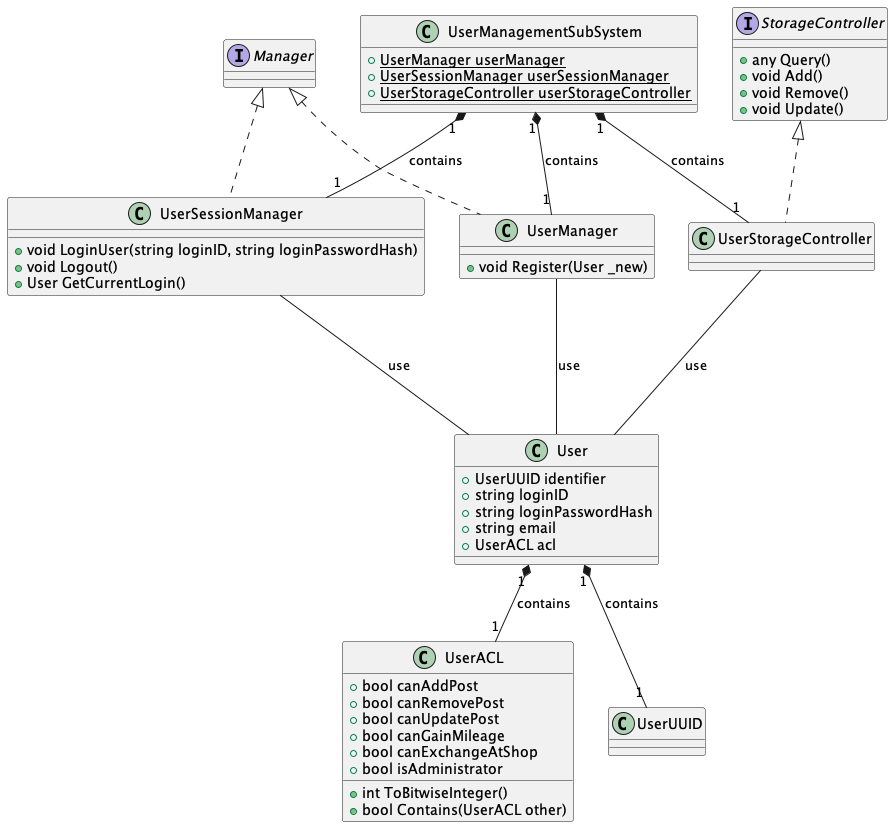
Earlier version of the PlantUML export rendered/UserManagement.png (ShapeLayer/se-lecture-task__project-structure-definitions).
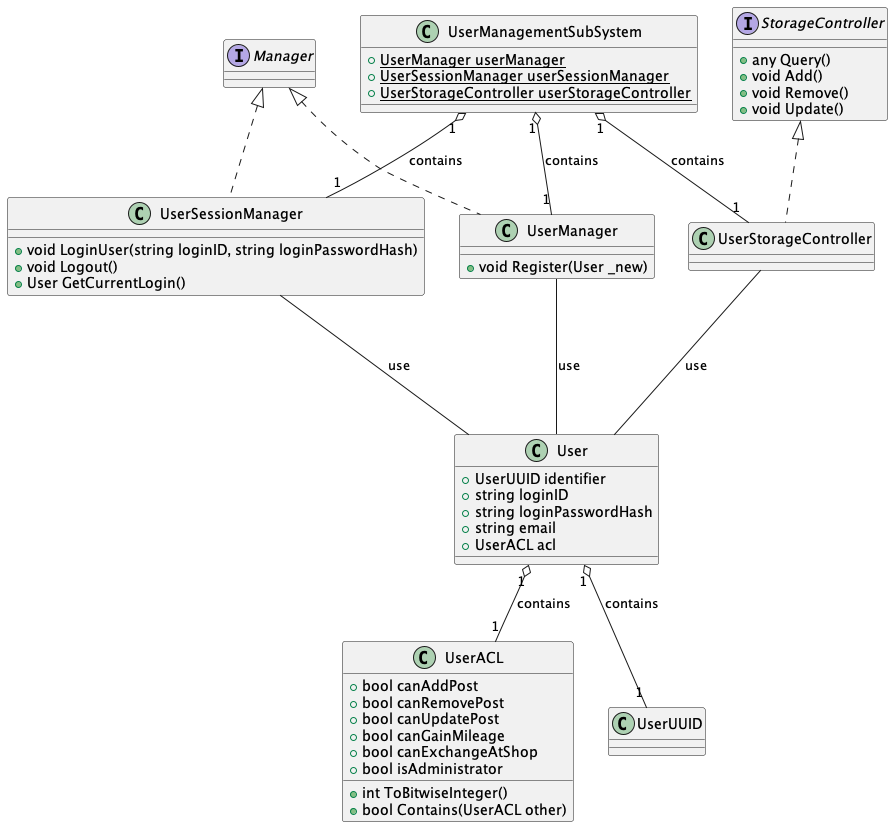
After the change.

Diff of the diagram source:
```diff
@@ -41,8 +41,8 @@
 class UserStorageController implements StorageController {}
 UserStorageController --- User : use
 
-User "1" *-- "1" UserUUID : contains
-User "1" *-- "1" UserACL : contains
+User "1" o-- "1" UserUUID : contains
+User "1" o-- "1" UserACL : contains
 
 
 class UserManagementSubSystem {
@@ -51,7 +51,7 @@
     + {static} UserStorageController userStorageController
 }
 
-UserManagementSubSystem "1" *-- "1" UserManager : contains
-UserManagementSubSystem "1" *-- "1" UserSessionManager : contains
-UserManagementSubSystem "1" *-- "1" UserStorageController : contains
+UserManagementSubSystem "1" o-- "1" UserManager : contains
+UserManagementSubSystem "1" o-- "1" UserSessionManager : contains
+UserManagementSubSystem "1" o-- "1" UserStorageController : contains
 @enduml
```
